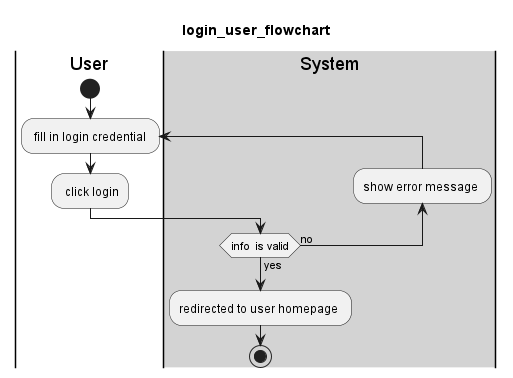
This is out/Diagram/flowchart/account/login_user_flowchart/login_user_flowchart.png from KTPx4/Social_Media, a PlantUML export, as it was before one commit.
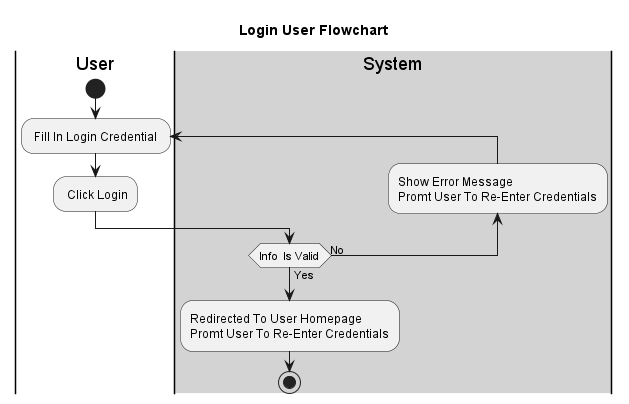
The same file after the commit.

Change to the diagram source:
```diff
@@ -1,12 +1,14 @@
 @startuml
-title login_user_flowchart
+title Login User Flowchart
 |User|
 start
-repeat: fill in login credential ;
-: click login;
+repeat: Fill In Login Credential ;
+: Click Login;
 |#lightgray|System|
-backward:show error message ;
-repeat while(info  is valid) is (no) not (yes)
-:redirected to user homepage ;
+backward:Show Error Message
+Promt User To Re-Enter Credentials;
+repeat while(Info  Is Valid) is (No) not (Yes)
+:Redirected To User Homepage
+Promt User To Re-Enter Credentials;
 stop
 @enduml
```
